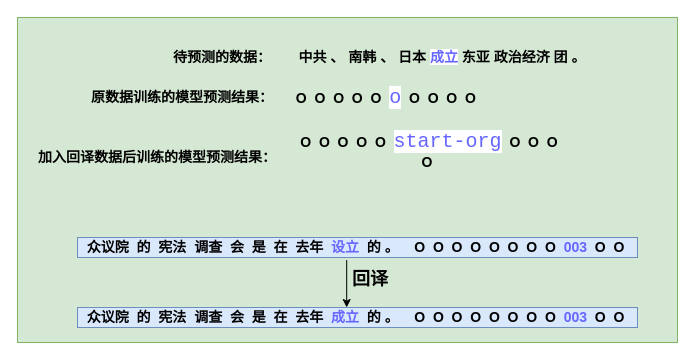
This is keys ayasi.drawio from gitofding/first_repository, a draw.io file, before an edit. Source tidied: cells renumbered, new cells numbered last; positions are measured from the earlier drawing's top-left corner, leaving out a move shared by most shapes. Both pictures are drawn from the tidied source at 100%, with x=0, y=0 at pixel (17, 17).
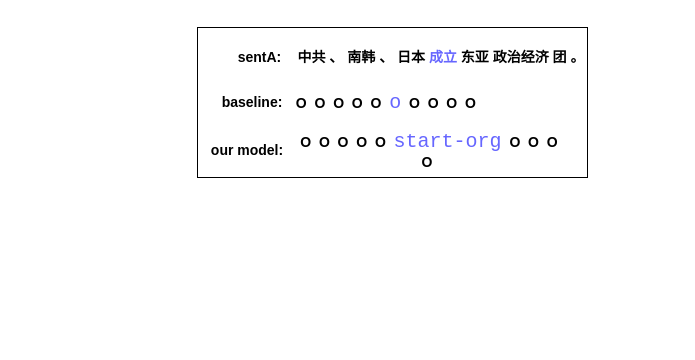
After the change.

The edit, as a diff of the source:
```diff
@@
 <mxGraphModel>
   <root>
     <mxCell id="0" />
     <mxCell id="1" parent="0" />
-    <mxCell id="2" style="rounded=0;whiteSpace=wrap;html=1;fillColor=#d5e8d4;strokeColor=#82b366;" parent="1" vertex="1">
-      <mxGeometry width="660" height="325" as="geometry" />
+    <mxCell id="2" style="rounded=0;whiteSpace=wrap;html=1;" parent="1" vertex="1">
+      <mxGeometry x="180" y="10" width="390" height="150" as="geometry" />
     </mxCell>
     <mxCell id="3" value="&lt;span style=&quot;font-size: 14px&quot;&gt;&lt;b&gt;中共 、 南韩 、 日本 &lt;font color=&quot;#6666ff&quot; style=&quot;background-color: rgb(255 , 255 , 255)&quot;&gt;成立&lt;/font&gt; 东亚 政治经济 团 。&lt;span&gt; &lt;/span&gt;&lt;/b&gt;&lt;/span&gt;" style="text;html=1;align=center;verticalAlign=middle;whiteSpace=wrap;rounded=0;" parent="1" vertex="1">
-      <mxGeometry x="280" y="30" width="290" height="20" as="geometry" />
+      <mxGeometry x="279" y="30" width="290" height="20" as="geometry" />
     </mxCell>
     <mxCell id="4" value="&lt;b style=&quot;font-size: 14px&quot;&gt;&lt;span&gt;&amp;nbsp;&lt;/span&gt;&amp;nbsp;O&amp;nbsp; O&amp;nbsp; O&amp;nbsp; O&amp;nbsp; O&amp;nbsp; &lt;/b&gt;&lt;font face=&quot;consolas, monospace&quot; color=&quot;#6666ff&quot;&gt;&lt;span style=&quot;font-size: 20px ; background-color: rgb(255 , 255 , 255)&quot;&gt;o&lt;/span&gt;&lt;/font&gt;&lt;b style=&quot;font-size: 14px&quot;&gt;&amp;nbsp; O&amp;nbsp; O&amp;nbsp; O&amp;nbsp; O&lt;/b&gt;" style="text;html=1;align=center;verticalAlign=middle;whiteSpace=wrap;rounded=0;" parent="1" vertex="1">
-      <mxGeometry x="270" y="70" width="190" height="20" as="geometry" />
+      <mxGeometry x="270" y="75" width="190" height="20" as="geometry" />
     </mxCell>
     <mxCell id="5" value="&lt;span style=&quot;font-size: 14px&quot;&gt;&lt;b&gt;&lt;span&gt;&amp;nbsp;&lt;/span&gt;&amp;nbsp;O&amp;nbsp; O&amp;nbsp; O&amp;nbsp; O&amp;nbsp; O&amp;nbsp;&amp;nbsp;&lt;/b&gt;&lt;/span&gt;&lt;span style=&quot;background-color: rgb(255 , 255 , 255) ; font-family: &amp;#34;consolas&amp;#34; , monospace ; font-size: 15pt&quot;&gt;&lt;font color=&quot;#6666ff&quot;&gt;start-org&lt;/font&gt;&lt;/span&gt;&lt;b style=&quot;font-size: 14px&quot;&gt;&amp;nbsp; O&amp;nbsp; O&amp;nbsp; O&amp;nbsp; O&lt;/b&gt;" style="text;html=1;align=center;verticalAlign=middle;whiteSpace=wrap;rounded=0;" parent="1" vertex="1">
       <mxGeometry x="270" y="122.5" width="280" height="20" as="geometry" />
     </mxCell>
-    <mxCell id="6" value="&lt;b style=&quot;font-size: 14px&quot;&gt;众议院&amp;nbsp; 的&amp;nbsp; 宪法&amp;nbsp; 调查&amp;nbsp; 会&amp;nbsp; 是&amp;nbsp; 在&amp;nbsp; 去年&amp;nbsp; &lt;font color=&quot;#6666ff&quot;&gt;成立&amp;nbsp;&lt;/font&gt; 的 。&amp;nbsp;&amp;nbsp;&amp;nbsp; O&amp;nbsp; O&amp;nbsp; O&amp;nbsp; O&amp;nbsp; O&amp;nbsp; O&amp;nbsp; O&amp;nbsp; O&amp;nbsp;&amp;nbsp;&lt;font color=&quot;#6666ff&quot;&gt;003&amp;nbsp;&lt;/font&gt; O&amp;nbsp; O&amp;nbsp;&lt;/b&gt;" style="text;html=1;align=center;verticalAlign=middle;strokeColor=#6c8ebf;fillColor=#dae8fc;" parent="1" vertex="1">
-      <mxGeometry x="60" y="290" width="560" height="20" as="geometry" />
-    </mxCell>
-    <mxCell id="7" value="&lt;b style=&quot;font-size: 14px&quot;&gt;众议院&amp;nbsp; 的&amp;nbsp; 宪法&amp;nbsp; 调查&amp;nbsp; 会&amp;nbsp; 是&amp;nbsp; 在&amp;nbsp; 去年&amp;nbsp; &lt;font color=&quot;#6666ff&quot;&gt;设立&amp;nbsp;&lt;/font&gt; 的 。&amp;nbsp;&amp;nbsp;&amp;nbsp; O&amp;nbsp; O&amp;nbsp; O&amp;nbsp; O&amp;nbsp; O&amp;nbsp; O&amp;nbsp; O&amp;nbsp; O&amp;nbsp;&amp;nbsp;&lt;font color=&quot;#6666ff&quot;&gt;003&amp;nbsp;&lt;/font&gt; O&amp;nbsp; O&amp;nbsp;&lt;/b&gt;" style="text;html=1;align=center;verticalAlign=middle;strokeColor=#6c8ebf;fillColor=#dae8fc;" parent="1" vertex="1">
-      <mxGeometry x="60" y="220" width="560" height="20" as="geometry" />
-    </mxCell>
-    <mxCell id="8" value="&lt;font style=&quot;font-size: 14px&quot;&gt;&lt;b&gt;原数据训练的模型预测结果：&lt;/b&gt;&lt;/font&gt;" style="text;html=1;strokeColor=none;fillColor=none;align=center;verticalAlign=middle;whiteSpace=wrap;rounded=0;" parent="1" vertex="1">
-      <mxGeometry x="70" y="70" width="190" height="20" as="geometry" />
+    <mxCell id="8" value="&lt;font style=&quot;font-size: 14px&quot;&gt;&lt;b&gt;baseline:&lt;/b&gt;&lt;/font&gt;" style="text;html=1;strokeColor=none;fillColor=none;align=center;verticalAlign=middle;whiteSpace=wrap;rounded=0;" parent="1" vertex="1">
+      <mxGeometry x="200" y="75" width="70" height="20" as="geometry" />
     </mxCell>
-    <mxCell id="9" value="&lt;font style=&quot;font-size: 14px&quot;&gt;&lt;b&gt;加入回译数据后训练的模型预测结果：&lt;/b&gt;&lt;/font&gt;" style="text;html=1;strokeColor=none;fillColor=none;align=center;verticalAlign=middle;whiteSpace=wrap;rounded=0;" parent="1" vertex="1">
-      <mxGeometry x="20" y="122.5" width="240" height="35" as="geometry" />
+    <mxCell id="9" value="&lt;font style=&quot;font-size: 14px&quot;&gt;&lt;b&gt;our model:&lt;/b&gt;&lt;/font&gt;" style="text;html=1;strokeColor=none;fillColor=none;align=center;verticalAlign=middle;whiteSpace=wrap;rounded=0;" parent="1" vertex="1">
+      <mxGeometry x="190" y="115" width="80" height="35" as="geometry" />
     </mxCell>
-    <mxCell id="10" style="endArrow=classic;html=1;exitX=0.461;exitY=1.13;exitDx=0;exitDy=0;exitPerimeter=0;entryX=0.461;entryY=0;entryDx=0;entryDy=0;entryPerimeter=0;" parent="1" edge="1">
-      <mxGeometry relative="1" as="geometry">
-        <mxPoint x="329.2" y="242.6" as="sourcePoint" />
-        <mxPoint x="329.2" y="290" as="targetPoint" />
-      </mxGeometry>
-    </mxCell>
-    <mxCell id="11" value="&lt;font style=&quot;font-size: 18px&quot;&gt;&lt;b&gt;回译&lt;/b&gt;&lt;/font&gt;" style="text;html=1;align=center;verticalAlign=middle;whiteSpace=wrap;rounded=0;" parent="1" vertex="1">
-      <mxGeometry x="333" y="252" width="40" height="20" as="geometry" />
-    </mxCell>
-    <mxCell id="12" value="&lt;font style=&quot;font-size: 14px&quot;&gt;&lt;b&gt;待预测的数据：&lt;/b&gt;&lt;/font&gt;" style="text;html=1;strokeColor=none;fillColor=none;align=center;verticalAlign=middle;whiteSpace=wrap;rounded=0;" parent="1" vertex="1">
-      <mxGeometry x="155" y="30" width="100" height="20" as="geometry" />
+    <mxCell id="12" value="&lt;font style=&quot;font-size: 14px&quot;&gt;&lt;b&gt;sentA:&lt;/b&gt;&lt;/font&gt;" style="text;html=1;strokeColor=none;fillColor=none;align=center;verticalAlign=middle;whiteSpace=wrap;rounded=0;" parent="1" vertex="1">
+      <mxGeometry x="215" y="30" width="55" height="20" as="geometry" />
     </mxCell>
+    <mxCell id="13" style="edgeStyle=orthogonalEdgeStyle;rounded=0;orthogonalLoop=1;jettySize=auto;html=1;exitX=0.5;exitY=1;exitDx=0;exitDy=0;" parent="1" edge="1" source="2" target="2">
+      <mxGeometry relative="1" as="geometry" />
+    </mxCell>
   </root>
 </mxGraphModel>
```
